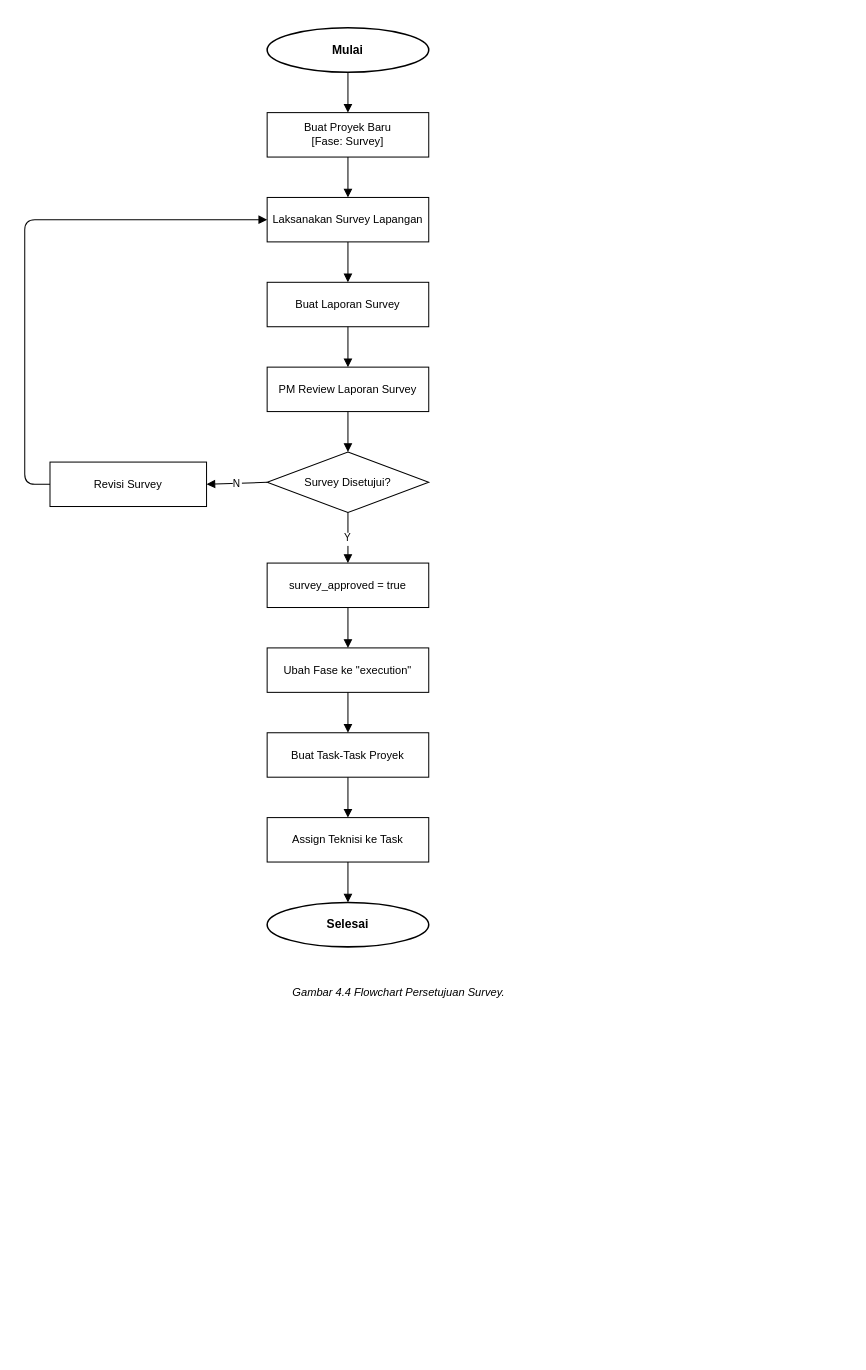
evelleura/shi-dashboard keeps this draw.io diagram as diagram/05_FLOWCHART_PERSETUJUAN_SURVEY.drawio. Above is the earlier version. Source tidied: cells renumbered, new cells numbered last; positions are measured from the earlier drawing's top-left corner, leaving out a move shared by most shapes. Both pictures are drawn from the tidied source at 101%, with x=0, y=0 at pixel (24, 27).
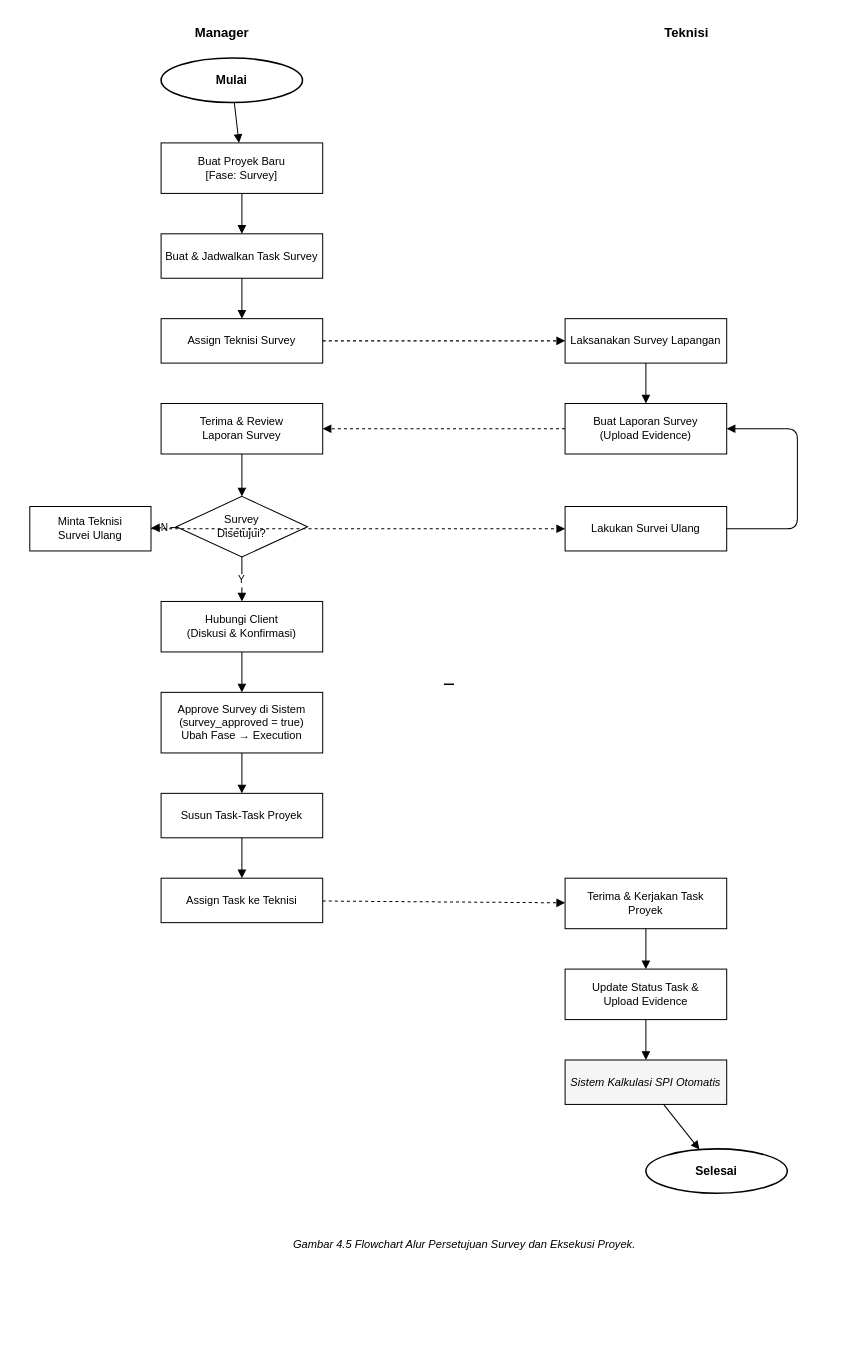
Above is the later version.

The edit, as a diff of the source:
```diff
@@
+    <mxCell id="27" value="Manager" style="text;html=1;align=center;verticalAlign=middle;strokeColor=none;fillColor=none;fontStyle=1;fontSize=13;fontColor=#000000;" parent="1" vertex="1">
+      <mxGeometry x="35" y="-10" width="320" height="30" as="geometry" />
+    </mxCell>
+    <mxCell id="28" value="Teknisi" style="text;html=1;align=center;verticalAlign=middle;strokeColor=none;fillColor=none;fontStyle=1;fontSize=13;fontColor=#000000;" parent="1" vertex="1">
+      <mxGeometry x="495" y="-10" width="320" height="30" as="geometry" />
+    </mxCell>
+    <mxCell id="29" style="line;strokeColor=#000000;fillColor=none;strokeWidth=1.5;" parent="1" vertex="1">
+      <mxGeometry x="415" y="-10" width="10" height="1320" as="geometry" />
+    </mxCell>
     <mxCell id="2" value="Mulai" style="ellipse;whiteSpace=wrap;html=1;fillColor=#FFFFFF;strokeColor=#000000;strokeWidth=1.5;fontSize=12;fontColor=#000000;fontStyle=1;" parent="1" vertex="1">
-      <mxGeometry x="240" width="160" height="44" as="geometry" />
+      <mxGeometry x="135" y="30" width="140" height="44" as="geometry" />
     </mxCell>
     <mxCell id="3" value="Buat Proyek Baru&#10;[Fase: Survey]" style="rounded=0;whiteSpace=wrap;html=1;fillColor=#FFFFFF;strokeColor=#000000;strokeWidth=1;fontSize=11;fontColor=#000000;" parent="1" vertex="1">
-      <mxGeometry x="240" y="84" width="160" height="44" as="geometry" />
+      <mxGeometry x="135" y="114" width="160" height="50" as="geometry" />
     </mxCell>
+    <mxCell id="30" value="Buat &amp; Jadwalkan Task Survey" style="rounded=0;whiteSpace=wrap;html=1;fillColor=#FFFFFF;strokeColor=#000000;strokeWidth=1;fontSize=11;fontColor=#000000;" parent="1" vertex="1">
+      <mxGeometry x="135" y="204" width="160" height="44" as="geometry" />
+    </mxCell>
+    <mxCell id="31" value="Assign Teknisi Survey" style="rounded=0;whiteSpace=wrap;html=1;fillColor=#FFFFFF;strokeColor=#000000;strokeWidth=1;fontSize=11;fontColor=#000000;" parent="1" vertex="1">
+      <mxGeometry x="135" y="288" width="160" height="44" as="geometry" />
+    </mxCell>
     <mxCell id="4" value="Laksanakan Survey Lapangan" style="rounded=0;whiteSpace=wrap;html=1;fillColor=#FFFFFF;strokeColor=#000000;strokeWidth=1;fontSize=11;fontColor=#000000;" parent="1" vertex="1">
-      <mxGeometry x="240" y="168" width="160" height="44" as="geometry" />
+      <mxGeometry x="535" y="288" width="160" height="44" as="geometry" />
     </mxCell>
-    <mxCell id="5" value="Buat Laporan Survey" style="rounded=0;whiteSpace=wrap;html=1;fillColor=#FFFFFF;strokeColor=#000000;strokeWidth=1;fontSize=11;fontColor=#000000;" parent="1" vertex="1">
-      <mxGeometry x="240" y="252" width="160" height="44" as="geometry" />
-    </mxCell>
-    <mxCell id="6" value="PM Review Laporan Survey" style="rounded=0;whiteSpace=wrap;html=1;fillColor=#FFFFFF;strokeColor=#000000;strokeWidth=1;fontSize=11;fontColor=#000000;" parent="1" vertex="1">
-      <mxGeometry x="240" y="336" width="160" height="44" as="geometry" />
-    </mxCell>
+    <mxCell id="32" value="Buat Laporan Survey&#10;(Upload Evidence)" style="rounded=0;whiteSpace=wrap;html=1;fillColor=#FFFFFF;strokeColor=#000000;strokeWidth=1;fontSize=11;fontColor=#000000;" parent="1" vertex="1">
+      <mxGeometry x="535" y="372" width="160" height="50" as="geometry" />
+    </mxCell>
+    <mxCell id="33" value="Terima &amp; Review&#10;Laporan Survey" style="rounded=0;whiteSpace=wrap;html=1;fillColor=#FFFFFF;strokeColor=#000000;strokeWidth=1;fontSize=11;fontColor=#000000;" parent="1" vertex="1">
+      <mxGeometry x="135" y="372" width="160" height="50" as="geometry" />
+    </mxCell>
-    <mxCell id="7" value="Survey Disetujui?" style="rhombus;whiteSpace=wrap;html=1;fillColor=#FFFFFF;strokeColor=#000000;strokeWidth=1;fontSize=11;fontColor=#000000;" parent="1" vertex="1">
-      <mxGeometry x="240" y="420" width="160" height="60" as="geometry" />
+    <mxCell id="7" value="Survey&#10;Disetujui?" style="rhombus;whiteSpace=wrap;html=1;fillColor=#FFFFFF;strokeColor=#000000;strokeWidth=1;fontSize=11;fontColor=#000000;" parent="1" vertex="1">
+      <mxGeometry x="150" y="464" width="130" height="60" as="geometry" />
     </mxCell>
-    <mxCell id="8" value="Revisi Survey" style="rounded=0;whiteSpace=wrap;html=1;fillColor=#FFFFFF;strokeColor=#000000;strokeWidth=1;fontSize=11;fontColor=#000000;" parent="1" vertex="1">
-      <mxGeometry x="25" y="430" width="155" height="44" as="geometry" />
-    </mxCell>
-    <mxCell id="9" value="survey_approved = true" style="rounded=0;whiteSpace=wrap;html=1;fillColor=#FFFFFF;strokeColor=#000000;strokeWidth=1;fontSize=11;fontColor=#000000;" parent="1" vertex="1">
-      <mxGeometry x="240" y="530" width="160" height="44" as="geometry" />
-    </mxCell>
-    <mxCell id="10" value="Ubah Fase ke &quot;execution&quot;" style="rounded=0;whiteSpace=wrap;html=1;fillColor=#FFFFFF;strokeColor=#000000;strokeWidth=1;fontSize=11;fontColor=#000000;" parent="1" vertex="1">
-      <mxGeometry x="240" y="614" width="160" height="44" as="geometry" />
-    </mxCell>
-    <mxCell id="11" value="Buat Task-Task Proyek" style="rounded=0;whiteSpace=wrap;html=1;fillColor=#FFFFFF;strokeColor=#000000;strokeWidth=1;fontSize=11;fontColor=#000000;" parent="1" vertex="1">
-      <mxGeometry x="240" y="698" width="160" height="44" as="geometry" />
-    </mxCell>
-    <mxCell id="12" value="Assign Teknisi ke Task" style="rounded=0;whiteSpace=wrap;html=1;fillColor=#FFFFFF;strokeColor=#000000;strokeWidth=1;fontSize=11;fontColor=#000000;" parent="1" vertex="1">
-      <mxGeometry x="240" y="782" width="160" height="44" as="geometry" />
-    </mxCell>
+    <mxCell id="34" value="Minta Teknisi&#10;Survei Ulang" style="rounded=0;whiteSpace=wrap;html=1;fillColor=#FFFFFF;strokeColor=#000000;strokeWidth=1;fontSize=11;fontColor=#000000;" parent="1" vertex="1">
+      <mxGeometry x="5" y="474" width="120" height="44" as="geometry" />
+    </mxCell>
+    <mxCell id="35" value="Lakukan Survei Ulang" style="rounded=0;whiteSpace=wrap;html=1;fillColor=#FFFFFF;strokeColor=#000000;strokeWidth=1;fontSize=11;fontColor=#000000;" parent="1" vertex="1">
+      <mxGeometry x="535" y="474" width="160" height="44" as="geometry" />
+    </mxCell>
+    <mxCell id="36" value="Hubungi Client&#10;(Diskusi &amp; Konfirmasi)" style="rounded=0;whiteSpace=wrap;html=1;fillColor=#FFFFFF;strokeColor=#000000;strokeWidth=1;fontSize=11;fontColor=#000000;" parent="1" vertex="1">
+      <mxGeometry x="135" y="568" width="160" height="50" as="geometry" />
+    </mxCell>
+    <mxCell id="37" value="Approve Survey di Sistem&#10;(survey_approved = true)&#10;Ubah Fase → Execution" style="rounded=0;whiteSpace=wrap;html=1;fillColor=#FFFFFF;strokeColor=#000000;strokeWidth=1;fontSize=11;fontColor=#000000;" parent="1" vertex="1">
+      <mxGeometry x="135" y="658" width="160" height="60" as="geometry" />
+    </mxCell>
+    <mxCell id="38" value="Susun Task-Task Proyek" style="rounded=0;whiteSpace=wrap;html=1;fillColor=#FFFFFF;strokeColor=#000000;strokeWidth=1;fontSize=11;fontColor=#000000;" parent="1" vertex="1">
+      <mxGeometry x="135" y="758" width="160" height="44" as="geometry" />
+    </mxCell>
+    <mxCell id="39" value="Assign Task ke Teknisi" style="rounded=0;whiteSpace=wrap;html=1;fillColor=#FFFFFF;strokeColor=#000000;strokeWidth=1;fontSize=11;fontColor=#000000;" parent="1" vertex="1">
+      <mxGeometry x="135" y="842" width="160" height="44" as="geometry" />
+    </mxCell>
+    <mxCell id="40" value="Terima &amp; Kerjakan Task&#10;Proyek" style="rounded=0;whiteSpace=wrap;html=1;fillColor=#FFFFFF;strokeColor=#000000;strokeWidth=1;fontSize=11;fontColor=#000000;" parent="1" vertex="1">
+      <mxGeometry x="535" y="842" width="160" height="50" as="geometry" />
+    </mxCell>
+    <mxCell id="41" value="Update Status Task &amp;&#10;Upload Evidence" style="rounded=0;whiteSpace=wrap;html=1;fillColor=#FFFFFF;strokeColor=#000000;strokeWidth=1;fontSize=11;fontColor=#000000;" parent="1" vertex="1">
+      <mxGeometry x="535" y="932" width="160" height="50" as="geometry" />
+    </mxCell>
+    <mxCell id="42" value="Sistem Kalkulasi SPI Otomatis" style="rounded=0;whiteSpace=wrap;html=1;fillColor=#F5F5F5;strokeColor=#000000;strokeWidth=1;fontSize=11;fontColor=#000000;fontStyle=2;" parent="1" vertex="1">
+      <mxGeometry x="535" y="1022" width="160" height="44" as="geometry" />
+    </mxCell>
     <mxCell id="13" value="Selesai" style="ellipse;whiteSpace=wrap;html=1;fillColor=#FFFFFF;strokeColor=#000000;strokeWidth=1.5;fontSize=12;fontColor=#000000;fontStyle=1;" parent="1" vertex="1">
-      <mxGeometry x="240" y="866" width="160" height="44" as="geometry" />
+      <mxGeometry x="615" y="1110" width="140" height="44" as="geometry" />
     </mxCell>
-    <mxCell id="14" value="Gambar 4.4 Flowchart Persetujuan Survey." style="text;html=1;align=center;verticalAlign=middle;strokeColor=none;fillColor=none;fontStyle=2;fontSize=11;fontColor=#000000;" parent="1" vertex="1">
-      <mxGeometry x="160" y="940" width="420" height="30" as="geometry" />
+    <mxCell id="14" value="Gambar 4.5 Flowchart Alur Persetujuan Survey dan Eksekusi Proyek." style="text;html=1;align=center;verticalAlign=middle;strokeColor=none;fillColor=none;fontStyle=2;fontSize=11;fontColor=#000000;" parent="1" vertex="1">
+      <mxGeometry x="125" y="1190" width="620" height="30" as="geometry" />
     </mxCell>
-    <mxCell id="15" style="endArrow=block;endFill=1;strokeColor=#000000;strokeWidth=1;exitX=0.5;exitY=1;exitDx=0;exitDy=0;entryX=0.5;entryY=0;entryDx=0;entryDy=0;" parent="1" edge="1" source="2" target="3">
+    <mxCell id="15" style="endArrow=block;endFill=1;strokeColor=#000000;strokeWidth=1;" parent="1" edge="1" source="2" target="3">
       <mxGeometry relative="1" as="geometry" />
     </mxCell>
-    <mxCell id="16" style="endArrow=block;endFill=1;strokeColor=#000000;strokeWidth=1;exitX=0.5;exitY=1;exitDx=0;exitDy=0;entryX=0.5;entryY=0;entryDx=0;entryDy=0;" parent="1" edge="1" source="3" target="4">
+    <mxCell id="16" style="endArrow=block;endFill=1;strokeColor=#000000;strokeWidth=1;" parent="1" edge="1" source="3" target="30">
       <mxGeometry relative="1" as="geometry" />
     </mxCell>
-    <mxCell id="17" style="endArrow=block;endFill=1;strokeColor=#000000;strokeWidth=1;exitX=0.5;exitY=1;exitDx=0;exitDy=0;entryX=0.5;entryY=0;entryDx=0;entryDy=0;" parent="1" edge="1" source="4" target="5">
+    <mxCell id="17" style="endArrow=block;endFill=1;strokeColor=#000000;strokeWidth=1;" parent="1" edge="1" source="30" target="31">
       <mxGeometry relative="1" as="geometry" />
     </mxCell>
-    <mxCell id="18" style="endArrow=block;endFill=1;strokeColor=#000000;strokeWidth=1;exitX=0.5;exitY=1;exitDx=0;exitDy=0;entryX=0.5;entryY=0;entryDx=0;entryDy=0;" parent="1" edge="1" source="5" target="6">
+    <mxCell id="18" style="endArrow=block;endFill=1;strokeColor=#000000;strokeWidth=1;dashed=1;" parent="1" edge="1" source="31" target="4">
       <mxGeometry relative="1" as="geometry" />
     </mxCell>
-    <mxCell id="19" style="endArrow=block;endFill=1;strokeColor=#000000;strokeWidth=1;exitX=0.5;exitY=1;exitDx=0;exitDy=0;entryX=0.5;entryY=0;entryDx=0;entryDy=0;" parent="1" edge="1" source="6" target="7">
+    <mxCell id="19" style="endArrow=block;endFill=1;strokeColor=#000000;strokeWidth=1;" parent="1" edge="1" source="4" target="32">
       <mxGeometry relative="1" as="geometry" />
     </mxCell>
-    <mxCell id="20" value="N" style="endArrow=block;endFill=1;strokeColor=#000000;strokeWidth=1;fontSize=10;fontColor=#000000;exitX=0;exitY=0.5;exitDx=0;exitDy=0;entryX=1;entryY=0.5;entryDx=0;entryDy=0;" parent="1" edge="1" source="7" target="8">
+    <mxCell id="20" style="endArrow=block;endFill=1;strokeColor=#000000;strokeWidth=1;dashed=1;" parent="1" edge="1" source="32" target="33">
       <mxGeometry relative="1" as="geometry" />
     </mxCell>
-    <mxCell id="21" style="endArrow=block;endFill=1;strokeColor=#000000;strokeWidth=1;exitX=0;exitY=0.5;exitDx=0;exitDy=0;entryX=0;entryY=0.5;entryDx=0;entryDy=0;" parent="1" edge="1" source="8" target="4">
-      <mxGeometry relative="1" as="geometry">
-        <Array as="points">
-          <mxPoint y="452" />
-          <mxPoint y="190" />
-        </Array>
-      </mxGeometry>
+    <mxCell id="21" style="endArrow=block;endFill=1;strokeColor=#000000;strokeWidth=1;" parent="1" edge="1" source="33" target="7">
+      <mxGeometry relative="1" as="geometry" />
     </mxCell>
-    <mxCell id="22" value="Y" style="endArrow=block;endFill=1;strokeColor=#000000;strokeWidth=1;fontSize=10;fontColor=#000000;exitX=0.5;exitY=1;exitDx=0;exitDy=0;entryX=0.5;entryY=0;entryDx=0;entryDy=0;" parent="1" edge="1" source="7" target="9">
+    <mxCell id="22" value="N" style="endArrow=block;endFill=1;strokeColor=#000000;strokeWidth=1;fontSize=10;" parent="1" edge="1" source="7" target="34">
       <mxGeometry relative="1" as="geometry" />
     </mxCell>
-    <mxCell id="23" style="endArrow=block;endFill=1;strokeColor=#000000;strokeWidth=1;exitX=0.5;exitY=1;exitDx=0;exitDy=0;entryX=0.5;entryY=0;entryDx=0;entryDy=0;" parent="1" edge="1" source="9" target="10">
+    <mxCell id="23" style="endArrow=block;endFill=1;strokeColor=#000000;strokeWidth=1;dashed=1;" parent="1" edge="1" source="34" target="35">
       <mxGeometry relative="1" as="geometry" />
     </mxCell>
-    <mxCell id="24" style="endArrow=block;endFill=1;strokeColor=#000000;strokeWidth=1;exitX=0.5;exitY=1;exitDx=0;exitDy=0;entryX=0.5;entryY=0;entryDx=0;entryDy=0;" parent="1" edge="1" source="10" target="11">
-      <mxGeometry relative="1" as="geometry" />
+    <mxCell id="24" style="endArrow=block;endFill=1;strokeColor=#000000;strokeWidth=1;exitX=1;exitY=0.5;exitDx=0;exitDy=0;entryX=1;entryY=0.5;entryDx=0;entryDy=0;" parent="1" edge="1" source="35" target="32">
+      <mxGeometry relative="1" as="geometry">
+        <Array as="points">
+          <mxPoint x="765" y="496" />
+          <mxPoint x="765" y="397" />
+        </Array>
+      </mxGeometry>
     </mxCell>
-    <mxCell id="25" style="endArrow=block;endFill=1;strokeColor=#000000;strokeWidth=1;exitX=0.5;exitY=1;exitDx=0;exitDy=0;entryX=0.5;entryY=0;entryDx=0;entryDy=0;" parent="1" edge="1" source="11" target="12">
+    <mxCell id="25" value="Y" style="endArrow=block;endFill=1;strokeColor=#000000;strokeWidth=1;fontSize=10;" parent="1" edge="1" source="7" target="36">
       <mxGeometry relative="1" as="geometry" />
     </mxCell>
-    <mxCell id="26" style="endArrow=block;endFill=1;strokeColor=#000000;strokeWidth=1;exitX=0.5;exitY=1;exitDx=0;exitDy=0;entryX=0.5;entryY=0;entryDx=0;entryDy=0;" parent="1" edge="1" source="12" target="13">
+    <mxCell id="26" style="endArrow=block;endFill=1;strokeColor=#000000;strokeWidth=1;" parent="1" edge="1" source="36" target="37">
       <mxGeometry relative="1" as="geometry" />
     </mxCell>
+    <mxCell id="43" style="endArrow=block;endFill=1;strokeColor=#000000;strokeWidth=1;" parent="1" edge="1" source="37" target="38">
+      <mxGeometry relative="1" as="geometry" />
+    </mxCell>
+    <mxCell id="44" style="endArrow=block;endFill=1;strokeColor=#000000;strokeWidth=1;" parent="1" edge="1" source="38" target="39">
+      <mxGeometry relative="1" as="geometry" />
+    </mxCell>
+    <mxCell id="45" style="endArrow=block;endFill=1;strokeColor=#000000;strokeWidth=1;dashed=1;" parent="1" edge="1" source="39" target="40">
+      <mxGeometry relative="1" as="geometry" />
+    </mxCell>
+    <mxCell id="46" style="endArrow=block;endFill=1;strokeColor=#000000;strokeWidth=1;" parent="1" edge="1" source="40" target="41">
+      <mxGeometry relative="1" as="geometry" />
+    </mxCell>
+    <mxCell id="47" style="endArrow=block;endFill=1;strokeColor=#000000;strokeWidth=1;" parent="1" edge="1" source="41" target="42">
+      <mxGeometry relative="1" as="geometry" />
+    </mxCell>
+    <mxCell id="48" style="endArrow=block;endFill=1;strokeColor=#000000;strokeWidth=1;" parent="1" edge="1" source="42" target="13">
+      <mxGeometry relative="1" as="geometry" />
+    </mxCell>
```
